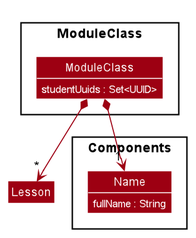
The PlantUML diagram docs/images/ModuleClassModelClassDiagram.png in ypinhsuan/tp, before a commit. Its source is kept beside it as docs/diagrams/ModuleClassModelClassDiagram.puml.
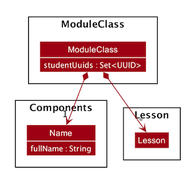
The same diagram one commit later.

The edit, as a diff of the source:
```diff
@@ -21,7 +21,9 @@
     }
 }
 
-class Lesson
+package Lesson <<Rectangle>> {
+    class Lesson
+}
 
 ModuleClass *-down->"1" Name
 ModuleClass *-down->"*" Lesson
```
